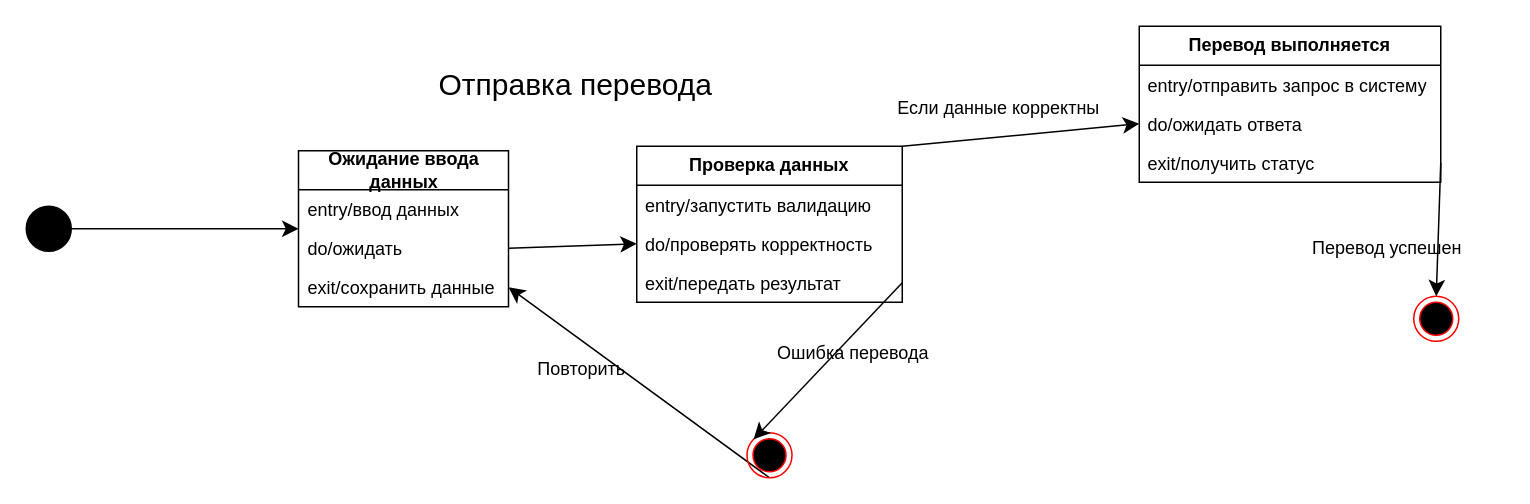
The draw.io diagram page "Page-8" (8 of 9) of AIKMS2.drawio in nn80nn/DataBases, before the edit. Source tidied: cells renumbered, new cells numbered last; positions are measured from the earlier drawing's top-left corner, leaving out a move shared by most shapes. Both pictures are drawn from the tidied source at 150%, with x=0, y=0 at pixel (26, 26).
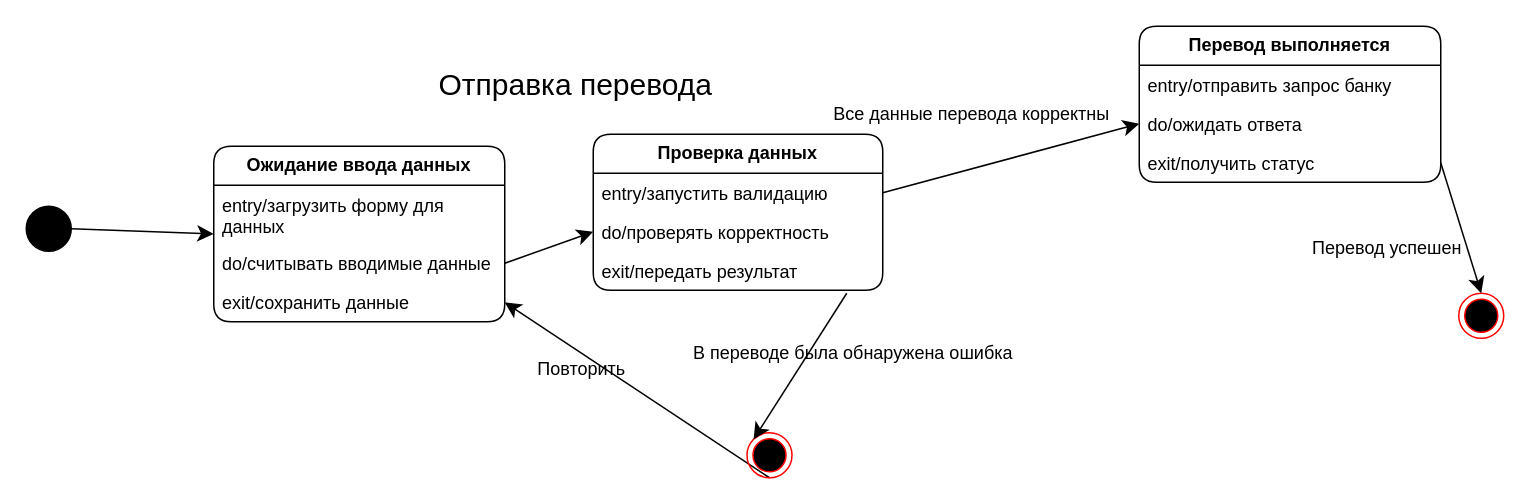
The same diagram, later.

Unchanged cells that the change refers to:
```xml
<mxCell id="17" value="do/ожидать ответа" style="text;strokeColor=none;fillColor=none;align=left;verticalAlign=top;spacingLeft=4;spacingRight=4;overflow=hidden;points=[[0,0.5],[1,0.5]];portConstraint=eastwest;whiteSpace=wrap;html=1;" parent="15" vertex="1">
  <mxGeometry y="52" width="201" height="26" as="geometry" />
</mxCell>
<mxCell id="22" style="ellipse;html=1;shape=endState;fillColor=#000000;strokeColor=#ff0000;" parent="1" vertex="1">
  <mxGeometry x="480.5" y="271" width="30" height="30" as="geometry" />
</mxCell>
```

The edit, as a diff of the source:
```diff
@@
     <mxCell id="2" style="ellipse;html=1;shape=endState;fillColor=#000000;strokeColor=#ff0000;" parent="1" vertex="1">
-      <mxGeometry x="925" y="180" width="30" height="30" as="geometry" />
+      <mxGeometry x="955" y="178" width="30" height="30" as="geometry" />
     </mxCell>
@@
-    <mxCell id="6" value="&lt;span style=&quot;font-weight: 700;&quot;&gt;Ожидание ввода данных&lt;/span&gt;" style="swimlane;fontStyle=0;horizontal=1;startSize=26;fillColor=none;whiteSpace=wrap;html=1;" parent="1" vertex="1">
-      <mxGeometry x="181.5" y="83" width="140" height="104" as="geometry" />
+    <mxCell id="6" value="&lt;span style=&quot;font-weight: 700;&quot;&gt;Ожидание ввода данных&lt;/span&gt;" style="swimlane;fontStyle=0;horizontal=1;startSize=26;fillColor=none;whiteSpace=wrap;html=1;rounded=1;" parent="1" vertex="1">
+      <mxGeometry x="125" y="80" width="194" height="117" as="geometry" />
     </mxCell>
-    <mxCell id="7" value="&lt;span style=&quot;text-align: center;&quot;&gt;entry/ввод данных&lt;/span&gt;" style="text;strokeColor=none;fillColor=none;align=left;verticalAlign=top;spacingLeft=4;spacingRight=4;overflow=hidden;whiteSpace=wrap;html=1;" parent="6" vertex="1">
-      <mxGeometry y="26" width="140" height="26" as="geometry" />
+    <mxCell id="7" value="&lt;span style=&quot;text-align: center;&quot;&gt;entry/загрузить форму для данных&lt;/span&gt;" style="text;strokeColor=none;fillColor=none;align=left;verticalAlign=top;spacingLeft=4;spacingRight=4;overflow=hidden;whiteSpace=wrap;html=1;" parent="6" vertex="1">
+      <mxGeometry y="26" width="194" height="39" as="geometry" />
     </mxCell>
-    <mxCell id="8" value="&lt;span style=&quot;text-align: center;&quot;&gt;do/ожидать&lt;/span&gt;" style="text;strokeColor=none;fillColor=none;align=left;verticalAlign=top;spacingLeft=4;spacingRight=4;overflow=hidden;points=[[0,0.5],[1,0.5]];portConstraint=eastwest;whiteSpace=wrap;html=1;" parent="6" vertex="1">
-      <mxGeometry y="52" width="140" height="26" as="geometry" />
+    <mxCell id="8" value="&lt;span style=&quot;text-align: center;&quot;&gt;do/считывать вводимые данные&lt;/span&gt;" style="text;strokeColor=none;fillColor=none;align=left;verticalAlign=top;spacingLeft=4;spacingRight=4;overflow=hidden;points=[[0,0.5],[1,0.5]];portConstraint=eastwest;whiteSpace=wrap;html=1;" parent="6" vertex="1">
+      <mxGeometry y="65" width="194" height="26" as="geometry" />
     </mxCell>
     <mxCell id="9" value="exit/сохранить данные" style="text;strokeColor=none;fillColor=none;align=left;verticalAlign=top;spacingLeft=4;spacingRight=4;overflow=hidden;points=[[0,0.5],[1,0.5]];portConstraint=eastwest;whiteSpace=wrap;html=1;" parent="6" vertex="1">
-      <mxGeometry y="78" width="140" height="26" as="geometry" />
+      <mxGeometry y="91" width="194" height="26" as="geometry" />
     </mxCell>
-    <mxCell id="10" style="edgeStyle=none;curved=1;rounded=0;jettySize=auto;html=1;exitX=1;exitY=0;exitDx=0;exitDy=0;entryX=0;entryY=0.5;entryDx=0;entryDy=0;fontSize=12;startSize=8;endSize=8;" parent="1" edge="1" source="11" target="17">
+    <mxCell id="10" style="edgeStyle=none;curved=1;rounded=0;jettySize=auto;html=1;entryX=0;entryY=0.5;entryDx=0;entryDy=0;fontSize=12;startSize=8;endSize=8;exitX=1;exitY=0.5;exitDx=0;exitDy=0;" parent="1" edge="1" source="12" target="17">
       <mxGeometry relative="1" as="geometry" />
     </mxCell>
-    <mxCell id="11" value="&lt;span style=&quot;font-weight: 700;&quot;&gt;Проверка данных&lt;/span&gt;" style="swimlane;fontStyle=0;horizontal=1;startSize=26;fillColor=none;whiteSpace=wrap;html=1;" parent="1" vertex="1">
-      <mxGeometry x="407" y="80" width="177" height="104" as="geometry" />
+    <mxCell id="11" value="&lt;span style=&quot;font-weight: 700;&quot;&gt;Проверка данных&lt;/span&gt;" style="swimlane;fontStyle=0;horizontal=1;startSize=26;fillColor=none;whiteSpace=wrap;html=1;rounded=1;" parent="1" vertex="1">
+      <mxGeometry x="378" y="72" width="193" height="104" as="geometry" />
     </mxCell>
     <mxCell id="12" value="entry/запустить валидацию" style="text;strokeColor=none;fillColor=none;align=left;verticalAlign=top;spacingLeft=4;spacingRight=4;overflow=hidden;points=[[0,0.5],[1,0.5]];portConstraint=eastwest;whiteSpace=wrap;html=1;" parent="11" vertex="1">
-      <mxGeometry y="26" width="177" height="26" as="geometry" />
+      <mxGeometry y="26" width="193" height="26" as="geometry" />
     </mxCell>
     <mxCell id="13" value="do/проверять корректность" style="text;strokeColor=none;fillColor=none;align=left;verticalAlign=top;spacingLeft=4;spacingRight=4;overflow=hidden;points=[[0,0.5],[1,0.5]];portConstraint=eastwest;whiteSpace=wrap;html=1;" parent="11" vertex="1">
-      <mxGeometry y="52" width="177" height="26" as="geometry" />
+      <mxGeometry y="52" width="193" height="26" as="geometry" />
     </mxCell>
     <mxCell id="14" value="exit/передать результат" style="text;strokeColor=none;fillColor=none;align=left;verticalAlign=top;spacingLeft=4;spacingRight=4;overflow=hidden;whiteSpace=wrap;html=1;" parent="11" vertex="1">
-      <mxGeometry y="78" width="177" height="26" as="geometry" />
+      <mxGeometry y="78" width="193" height="26" as="geometry" />
     </mxCell>
-    <mxCell id="15" value="&lt;b&gt;Перевод выполняется&lt;/b&gt;" style="swimlane;fontStyle=0;horizontal=1;startSize=26;fillColor=none;whiteSpace=wrap;html=1;" parent="1" vertex="1">
+    <mxCell id="15" value="&lt;b&gt;Перевод выполняется&lt;/b&gt;" style="swimlane;fontStyle=0;horizontal=1;startSize=26;fillColor=none;whiteSpace=wrap;html=1;rounded=1;" parent="1" vertex="1">
       <mxGeometry x="742" width="201" height="104" as="geometry" />
     </mxCell>
-    <mxCell id="16" value="entry/отправить запрос в систему" style="text;strokeColor=none;fillColor=none;align=left;verticalAlign=top;spacingLeft=4;spacingRight=4;overflow=hidden;whiteSpace=wrap;html=1;" parent="15" vertex="1">
+    <mxCell id="16" value="entry/отправить запрос банку" style="text;strokeColor=none;fillColor=none;align=left;verticalAlign=top;spacingLeft=4;spacingRight=4;overflow=hidden;whiteSpace=wrap;html=1;" parent="15" vertex="1">
       <mxGeometry y="26" width="201" height="26" as="geometry" />
     </mxCell>
@@
-    <mxCell id="20" value="&lt;span style=&quot;font-weight: normal;&quot;&gt;Если данные корректны&lt;/span&gt;" style="text;align=center;fontStyle=1;verticalAlign=middle;spacingLeft=3;spacingRight=3;strokeColor=none;html=1;" parent="1" vertex="1">
-      <mxGeometry x="609" y="27" width="78" height="56" as="geometry" />
+    <mxCell id="20" value="&lt;span style=&quot;font-weight: normal;&quot;&gt;Все данные перевода корректны&lt;/span&gt;" style="text;align=center;fontStyle=1;verticalAlign=middle;spacingLeft=3;spacingRight=3;strokeColor=none;html=1;" parent="1" vertex="1">
+      <mxGeometry x="590.5" y="31" width="78" height="56" as="geometry" />
     </mxCell>
@@
     <mxCell id="25" style="edgeStyle=none;curved=1;rounded=0;jettySize=auto;html=1;entryX=0;entryY=0;entryDx=0;entryDy=0;fontSize=12;startSize=8;endSize=8;" parent="1" edge="1" target="22">
       <mxGeometry relative="1" as="geometry">
-        <mxPoint x="584" y="171" as="sourcePoint" />
+        <mxPoint x="547" y="178" as="sourcePoint" />
       </mxGeometry>
     </mxCell>
-    <mxCell id="26" value="&lt;span style=&quot;font-weight: normal;&quot;&gt;Ошибка перевода&lt;/span&gt;" style="text;align=center;fontStyle=1;verticalAlign=middle;spacingLeft=3;spacingRight=3;strokeColor=none;html=1;" parent="1" vertex="1">
+    <mxCell id="26" value="&lt;span style=&quot;font-weight: 400;&quot;&gt;В переводе была обнаружена ошибка&lt;/span&gt;" style="text;align=center;fontStyle=1;verticalAlign=middle;spacingLeft=3;spacingRight=3;strokeColor=none;html=1;" parent="1" vertex="1">
       <mxGeometry x="510.5" y="205" width="80" height="26" as="geometry" />
     </mxCell>
```
